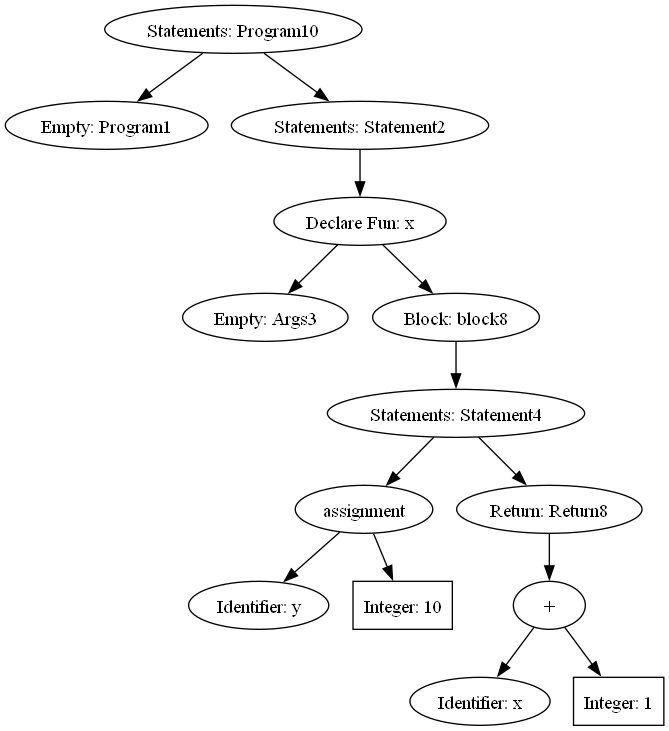
Before: test.png, a diagram exported from Graphviz (ironicDude/compiler). Its source is kept beside it as test.gv.
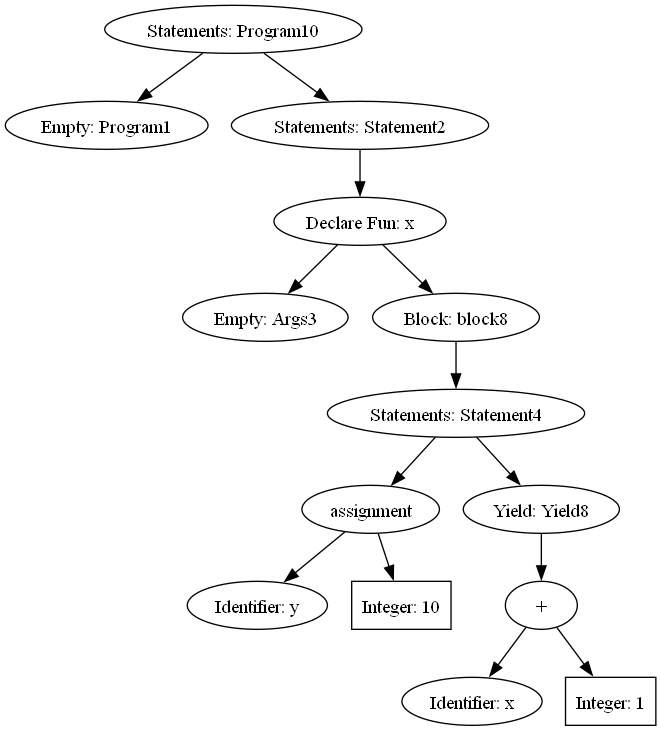
Above is the later version.

The edit, as a diff of the source:
```diff
@@ -18,9 +18,9 @@
 	identifire5 [label="Identifier: y"]
 	assignment6 -> INTEGER2;
 	INTEGER2 [shape=box,label="Integer: 10"]
-	Statement4 -> Return8;
-	Return8 [label="Return: Return8"]
-	Return8 -> BinaryExpression_identifire7PLUSINTEGER4;
+	Statement4 -> Yield8;
+	Yield8 [label="Yield: Yield8"]
+	Yield8 -> BinaryExpression_identifire7PLUSINTEGER4;
 	BinaryExpression_identifire7PLUSINTEGER4 [label="+"]
 	BinaryExpression_identifire7PLUSINTEGER4 -> identifire7;
 	identifire7 [label="Identifier: x"]
```
